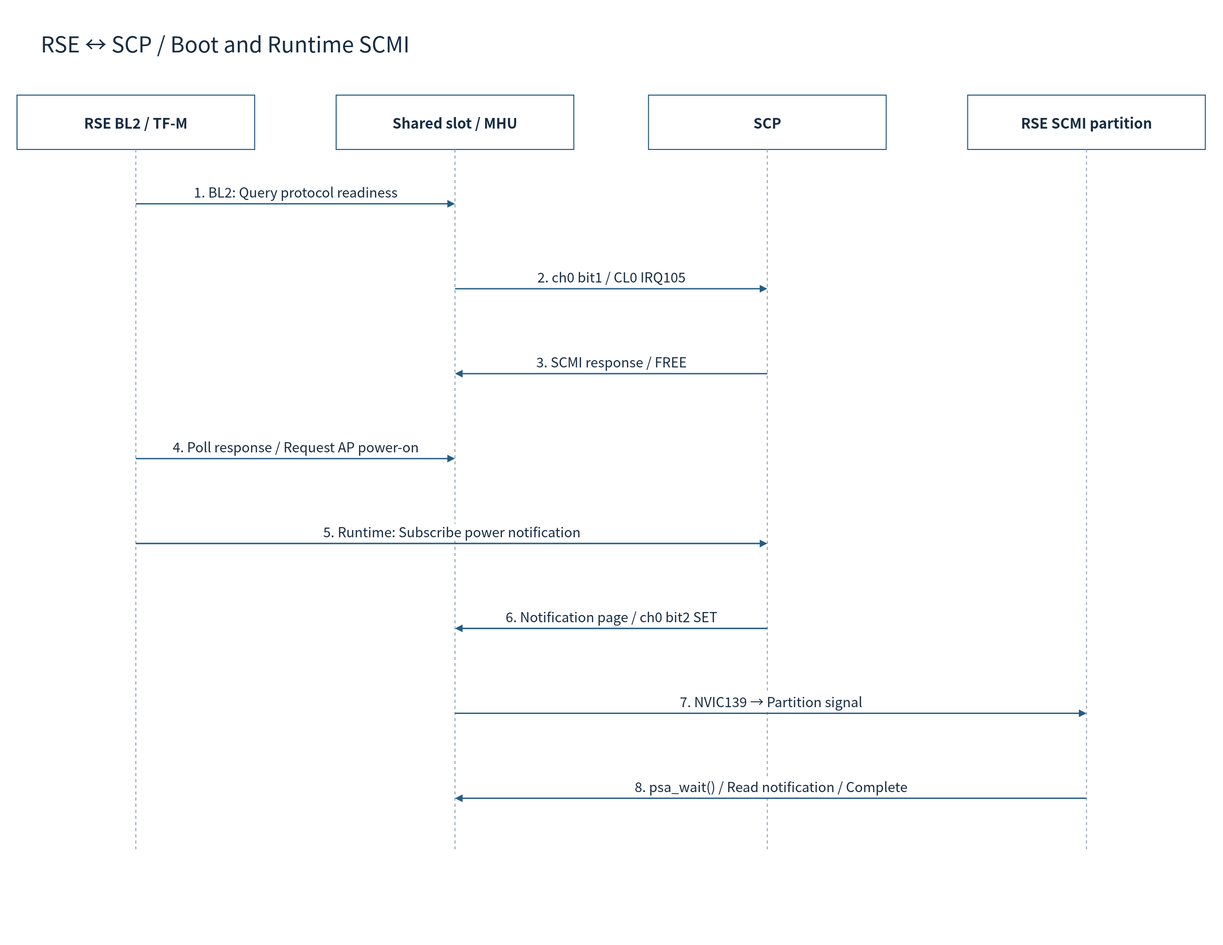
The draw.io diagram doc/phase1/mailbox/diagrams/22-rse-scmi-sequence.drawio.svg in cometzero/project-apollo, before a commit. Source tidied: cells renumbered, new cells last; positions are measured from the earlier drawing's top-left corner, leaving out a move shared by most shapes.
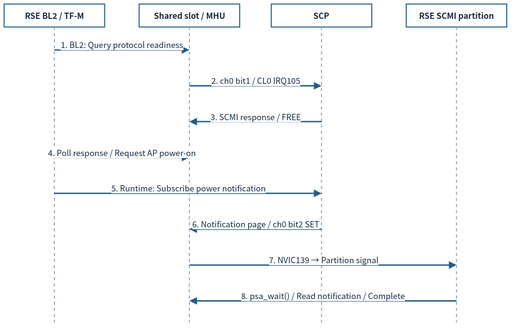
The same diagram one commit later.

Diff of the diagram source:
```diff
@@ -2,102 +2,96 @@
   <root>
     <mxCell id="0" />
     <mxCell id="1" parent="0" />
-    <mxCell id="2" style="rounded=0;whiteSpace=wrap;html=1;fillColor=#FFFFFF;strokeColor=none;strokeWidth=1.5;fontColor=#172C43;fontFamily=Noto Sans CJK KR;fontSize=22;spacing=10;" parent="1" vertex="1">
-      <mxGeometry width="1800" height="1390" as="geometry" />
-    </mxCell>
-    <mxCell id="3" value="RSE ↔ SCP / Boot and Runtime SCMI" style="rounded=0;whiteSpace=wrap;html=1;fillColor=#FFFFFF;strokeColor=none;strokeWidth=1.5;fontColor=#172C43;fontFamily=Noto Sans CJK KR;fontSize=22;spacing=10;fontSize=32;align=left;" parent="1" vertex="1">
-      <mxGeometry x="50" y="30" width="1700" height="65" as="geometry" />
-    </mxCell>
-    <mxCell id="4" value="RSE BL2 / TF-M" style="rounded=0;whiteSpace=wrap;html=1;fillColor=#FFFFFF;strokeColor=#235D86;strokeWidth=1.5;fontColor=#172C43;fontFamily=Noto Sans CJK KR;fontSize=22;spacing=10;fontStyle=1;fontSize=21;" parent="1" vertex="1">
-      <mxGeometry x="25" y="140" width="350" height="80" as="geometry" />
+    <mxCell id="4" value="RSE BL2 / TF-M" style="rounded=0;whiteSpace=wrap;html=1;fillColor=#FFFFFF;strokeColor=#235D86;strokeWidth=1.5;fontColor=#172C43;fontFamily=Noto Sans CJK KR;fontStyle=1;fontSize=12;spacing=3;whiteSpace=wrap;" parent="1" vertex="1">
+      <mxGeometry x="12" y="12" width="148" height="33.8" as="geometry" />
     </mxCell>
-    <mxCell id="5" style="endArrow=none;dashed=1;strokeColor=#94A3B8;strokeWidth=1.5;" parent="1" edge="1">
+    <mxCell id="5" style="endArrow=none;dashed=1;strokeColor=#94A3B8;strokeWidth=1.5;fontSize=12;spacing=3;whiteSpace=nowrap;" parent="1" edge="1">
       <mxGeometry relative="1" as="geometry">
-        <mxPoint x="200" y="220" as="sourcePoint" />
-        <mxPoint x="200" y="1250" as="targetPoint" />
+        <mxPoint x="86" y="45.8" as="sourcePoint" />
+        <mxPoint x="86" y="481.4" as="targetPoint" />
       </mxGeometry>
     </mxCell>
-    <mxCell id="6" value="Shared slot / MHU" style="rounded=0;whiteSpace=wrap;html=1;fillColor=#FFFFFF;strokeColor=#235D86;strokeWidth=1.5;fontColor=#172C43;fontFamily=Noto Sans CJK KR;fontSize=22;spacing=10;fontStyle=1;fontSize=21;" parent="1" vertex="1">
-      <mxGeometry x="495" y="140" width="350" height="80" as="geometry" />
+    <mxCell id="6" value="Shared slot / MHU" style="rounded=0;whiteSpace=wrap;html=1;fillColor=#FFFFFF;strokeColor=#235D86;strokeWidth=1.5;fontColor=#172C43;fontFamily=Noto Sans CJK KR;fontStyle=1;fontSize=12;spacing=3;whiteSpace=wrap;" parent="1" vertex="1">
+      <mxGeometry x="210.7" y="12" width="148" height="33.8" as="geometry" />
     </mxCell>
-    <mxCell id="7" style="endArrow=none;dashed=1;strokeColor=#94A3B8;strokeWidth=1.5;" parent="1" edge="1">
+    <mxCell id="7" style="endArrow=none;dashed=1;strokeColor=#94A3B8;strokeWidth=1.5;fontSize=12;spacing=3;whiteSpace=nowrap;" parent="1" edge="1">
       <mxGeometry relative="1" as="geometry">
-        <mxPoint x="670" y="220" as="sourcePoint" />
-        <mxPoint x="670" y="1250" as="targetPoint" />
+        <mxPoint x="284.7" y="45.8" as="sourcePoint" />
+        <mxPoint x="284.7" y="481.4" as="targetPoint" />
       </mxGeometry>
     </mxCell>
-    <mxCell id="8" value="SCP" style="rounded=0;whiteSpace=wrap;html=1;fillColor=#FFFFFF;strokeColor=#235D86;strokeWidth=1.5;fontColor=#172C43;fontFamily=Noto Sans CJK KR;fontSize=22;spacing=10;fontStyle=1;fontSize=21;" parent="1" vertex="1">
-      <mxGeometry x="955" y="140" width="350" height="80" as="geometry" />
+    <mxCell id="8" value="SCP" style="rounded=0;whiteSpace=wrap;html=1;fillColor=#FFFFFF;strokeColor=#235D86;strokeWidth=1.5;fontColor=#172C43;fontFamily=Noto Sans CJK KR;fontStyle=1;fontSize=12;spacing=3;whiteSpace=wrap;" parent="1" vertex="1">
+      <mxGeometry x="405.3" y="12" width="148" height="33.8" as="geometry" />
     </mxCell>
-    <mxCell id="9" style="endArrow=none;dashed=1;strokeColor=#94A3B8;strokeWidth=1.5;" parent="1" edge="1">
+    <mxCell id="9" style="endArrow=none;dashed=1;strokeColor=#94A3B8;strokeWidth=1.5;fontSize=12;spacing=3;whiteSpace=nowrap;" parent="1" edge="1">
       <mxGeometry relative="1" as="geometry">
-        <mxPoint x="1130" y="220" as="sourcePoint" />
-        <mxPoint x="1130" y="1250" as="targetPoint" />
+        <mxPoint x="479.3" y="45.8" as="sourcePoint" />
+        <mxPoint x="479.3" y="481.4" as="targetPoint" />
       </mxGeometry>
     </mxCell>
-    <mxCell id="10" value="RSE SCMI partition" style="rounded=0;whiteSpace=wrap;html=1;fillColor=#FFFFFF;strokeColor=#235D86;strokeWidth=1.5;fontColor=#172C43;fontFamily=Noto Sans CJK KR;fontSize=22;spacing=10;fontStyle=1;fontSize=21;" parent="1" vertex="1">
-      <mxGeometry x="1425" y="140" width="350" height="80" as="geometry" />
+    <mxCell id="10" value="RSE SCMI partition" style="rounded=0;whiteSpace=wrap;html=1;fillColor=#FFFFFF;strokeColor=#235D86;strokeWidth=1.5;fontColor=#172C43;fontFamily=Noto Sans CJK KR;fontStyle=1;fontSize=12;spacing=3;whiteSpace=wrap;" parent="1" vertex="1">
+      <mxGeometry x="604" y="12" width="148" height="33.8" as="geometry" />
     </mxCell>
-    <mxCell id="11" style="endArrow=none;dashed=1;strokeColor=#94A3B8;strokeWidth=1.5;" parent="1" edge="1">
+    <mxCell id="11" style="endArrow=none;dashed=1;strokeColor=#94A3B8;strokeWidth=1.5;fontSize=12;spacing=3;whiteSpace=nowrap;" parent="1" edge="1">
       <mxGeometry relative="1" as="geometry">
-        <mxPoint x="1600" y="220" as="sourcePoint" />
-        <mxPoint x="1600" y="1250" as="targetPoint" />
+        <mxPoint x="678" y="45.8" as="sourcePoint" />
+        <mxPoint x="678" y="481.4" as="targetPoint" />
       </mxGeometry>
     </mxCell>
-    <mxCell id="12" value="1. BL2: Query protocol readiness" style="edgeStyle=none;html=1;endArrow=block;endFill=1;strokeColor=#235D86;strokeWidth=2;fontColor=#172C43;fontFamily=Noto Sans CJK KR;fontSize=20;labelBackgroundColor=#FFFFFF;" parent="1" edge="1">
+    <mxCell id="12" value="1. BL2: Query protocol readiness" style="edgeStyle=none;html=1;endArrow=block;endFill=1;strokeColor=#235D86;strokeWidth=2;fontColor=#172C43;fontFamily=Noto Sans CJK KR;labelBackgroundColor=#FFFFFF;fontSize=12;spacing=3;whiteSpace=nowrap;" parent="1" edge="1">
       <mxGeometry relative="1" as="geometry">
-        <mxPoint x="200" y="300" as="sourcePoint" />
-        <mxPoint x="670" y="300" as="targetPoint" />
-        <mxPoint y="-18" as="offset" />
+        <mxPoint x="86" y="79.7" as="sourcePoint" />
+        <mxPoint x="284.7" y="79.7" as="targetPoint" />
+        <mxPoint y="-7.6" as="offset" />
       </mxGeometry>
     </mxCell>
-    <mxCell id="13" value="2. ch0 bit1 / CL0 IRQ105" style="edgeStyle=none;html=1;endArrow=block;endFill=1;strokeColor=#235D86;strokeWidth=2;fontColor=#172C43;fontFamily=Noto Sans CJK KR;fontSize=20;labelBackgroundColor=#FFFFFF;" parent="1" edge="1">
+    <mxCell id="13" value="2. ch0 bit1 / CL0 IRQ105" style="edgeStyle=none;html=1;endArrow=block;endFill=1;strokeColor=#235D86;strokeWidth=2;fontColor=#172C43;fontFamily=Noto Sans CJK KR;labelBackgroundColor=#FFFFFF;fontSize=12;spacing=3;whiteSpace=nowrap;" parent="1" edge="1">
       <mxGeometry relative="1" as="geometry">
-        <mxPoint x="670" y="425" as="sourcePoint" />
-        <mxPoint x="1130" y="425" as="targetPoint" />
-        <mxPoint y="-18" as="offset" />
+        <mxPoint x="284.7" y="132.5" as="sourcePoint" />
+        <mxPoint x="479.3" y="132.5" as="targetPoint" />
+        <mxPoint y="-7.6" as="offset" />
       </mxGeometry>
     </mxCell>
-    <mxCell id="14" value="3. SCMI response / FREE" style="edgeStyle=none;html=1;endArrow=block;endFill=1;strokeColor=#235D86;strokeWidth=2;fontColor=#172C43;fontFamily=Noto Sans CJK KR;fontSize=20;labelBackgroundColor=#FFFFFF;" parent="1" edge="1">
+    <mxCell id="14" value="3. SCMI response / FREE" style="edgeStyle=none;html=1;endArrow=block;endFill=1;strokeColor=#235D86;strokeWidth=2;fontColor=#172C43;fontFamily=Noto Sans CJK KR;labelBackgroundColor=#FFFFFF;fontSize=12;spacing=3;whiteSpace=nowrap;" parent="1" edge="1">
       <mxGeometry relative="1" as="geometry">
-        <mxPoint x="1130" y="550" as="sourcePoint" />
-        <mxPoint x="670" y="550" as="targetPoint" />
-        <mxPoint y="-18" as="offset" />
+        <mxPoint x="479.3" y="185.4" as="sourcePoint" />
+        <mxPoint x="284.7" y="185.4" as="targetPoint" />
+        <mxPoint y="-7.6" as="offset" />
       </mxGeometry>
     </mxCell>
-    <mxCell id="15" value="4. Poll response / Request AP power-on" style="edgeStyle=none;html=1;endArrow=block;endFill=1;strokeColor=#235D86;strokeWidth=2;fontColor=#172C43;fontFamily=Noto Sans CJK KR;fontSize=20;labelBackgroundColor=#FFFFFF;" parent="1" edge="1">
+    <mxCell id="15" value="4. Poll response / Request AP power-on" style="edgeStyle=none;html=1;endArrow=block;endFill=1;strokeColor=#235D86;strokeWidth=2;fontColor=#172C43;fontFamily=Noto Sans CJK KR;labelBackgroundColor=#FFFFFF;fontSize=12;spacing=3;whiteSpace=nowrap;" parent="1" edge="1">
       <mxGeometry relative="1" as="geometry">
-        <mxPoint x="200" y="675" as="sourcePoint" />
-        <mxPoint x="670" y="675" as="targetPoint" />
-        <mxPoint y="-18" as="offset" />
+        <mxPoint x="86" y="238.2" as="sourcePoint" />
+        <mxPoint x="284.7" y="238.2" as="targetPoint" />
+        <mxPoint y="-7.6" as="offset" />
       </mxGeometry>
     </mxCell>
-    <mxCell id="16" value="5. Runtime: Subscribe power notification" style="edgeStyle=none;html=1;endArrow=block;endFill=1;strokeColor=#235D86;strokeWidth=2;fontColor=#172C43;fontFamily=Noto Sans CJK KR;fontSize=20;labelBackgroundColor=#FFFFFF;" parent="1" edge="1">
+    <mxCell id="16" value="5. Runtime: Subscribe power notification" style="edgeStyle=none;html=1;endArrow=block;endFill=1;strokeColor=#235D86;strokeWidth=2;fontColor=#172C43;fontFamily=Noto Sans CJK KR;labelBackgroundColor=#FFFFFF;fontSize=12;spacing=3;whiteSpace=nowrap;" parent="1" edge="1">
       <mxGeometry relative="1" as="geometry">
-        <mxPoint x="200" y="800" as="sourcePoint" />
-        <mxPoint x="1130" y="800" as="targetPoint" />
-        <mxPoint y="-18" as="offset" />
+        <mxPoint x="86" y="291.1" as="sourcePoint" />
+        <mxPoint x="479.3" y="291.1" as="targetPoint" />
+        <mxPoint y="-7.6" as="offset" />
       </mxGeometry>
     </mxCell>
-    <mxCell id="17" value="6. Notification page / ch0 bit2 SET" style="edgeStyle=none;html=1;endArrow=block;endFill=1;strokeColor=#235D86;strokeWidth=2;fontColor=#172C43;fontFamily=Noto Sans CJK KR;fontSize=20;labelBackgroundColor=#FFFFFF;" parent="1" edge="1">
+    <mxCell id="17" value="6. Notification page / ch0 bit2 SET" style="edgeStyle=none;html=1;endArrow=block;endFill=1;strokeColor=#235D86;strokeWidth=2;fontColor=#172C43;fontFamily=Noto Sans CJK KR;labelBackgroundColor=#FFFFFF;fontSize=12;spacing=3;whiteSpace=nowrap;" parent="1" edge="1">
       <mxGeometry relative="1" as="geometry">
-        <mxPoint x="1130" y="925" as="sourcePoint" />
-        <mxPoint x="670" y="925" as="targetPoint" />
-        <mxPoint y="-18" as="offset" />
+        <mxPoint x="479.3" y="343.9" as="sourcePoint" />
+        <mxPoint x="284.7" y="343.9" as="targetPoint" />
+        <mxPoint y="-7.6" as="offset" />
       </mxGeometry>
     </mxCell>
-    <mxCell id="18" value="7. NVIC139 → Partition signal" style="edgeStyle=none;html=1;endArrow=block;endFill=1;strokeColor=#235D86;strokeWidth=2;fontColor=#172C43;fontFamily=Noto Sans CJK KR;fontSize=20;labelBackgroundColor=#FFFFFF;" parent="1" edge="1">
+    <mxCell id="18" value="7. NVIC139 → Partition signal" style="edgeStyle=none;html=1;endArrow=block;endFill=1;strokeColor=#235D86;strokeWidth=2;fontColor=#172C43;fontFamily=Noto Sans CJK KR;labelBackgroundColor=#FFFFFF;fontSize=12;spacing=3;whiteSpace=nowrap;" parent="1" edge="1">
       <mxGeometry relative="1" as="geometry">
-        <mxPoint x="670" y="1050" as="sourcePoint" />
-        <mxPoint x="1600" y="1050" as="targetPoint" />
-        <mxPoint y="-18" as="offset" />
+        <mxPoint x="284.7" y="396.8" as="sourcePoint" />
+        <mxPoint x="678" y="396.8" as="targetPoint" />
+        <mxPoint y="-7.6" as="offset" />
       </mxGeometry>
     </mxCell>
-    <mxCell id="19" value="8. psa_wait() / Read notification / Complete" style="edgeStyle=none;html=1;endArrow=block;endFill=1;strokeColor=#235D86;strokeWidth=2;fontColor=#172C43;fontFamily=Noto Sans CJK KR;fontSize=20;labelBackgroundColor=#FFFFFF;" parent="1" edge="1">
+    <mxCell id="19" value="8. psa_wait() / Read notification / Complete" style="edgeStyle=none;html=1;endArrow=block;endFill=1;strokeColor=#235D86;strokeWidth=2;fontColor=#172C43;fontFamily=Noto Sans CJK KR;labelBackgroundColor=#FFFFFF;fontSize=12;spacing=3;whiteSpace=nowrap;" parent="1" edge="1">
       <mxGeometry relative="1" as="geometry">
-        <mxPoint x="1600" y="1175" as="sourcePoint" />
-        <mxPoint x="670" y="1175" as="targetPoint" />
-        <mxPoint y="-18" as="offset" />
+        <mxPoint x="678" y="449.7" as="sourcePoint" />
+        <mxPoint x="284.7" y="449.7" as="targetPoint" />
+        <mxPoint y="-7.6" as="offset" />
       </mxGeometry>
     </mxCell>
   </root>
```
